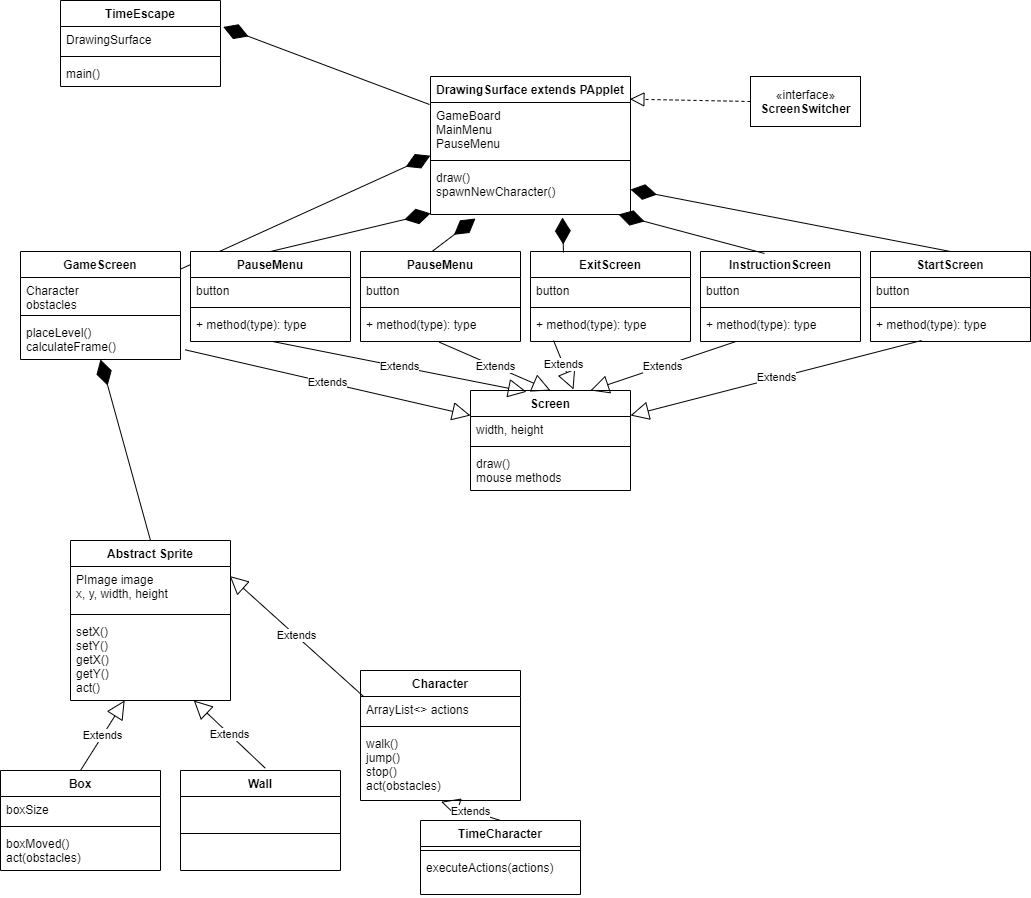
This is TimeEscape/doc/Final Capstone Project UML Diagram.png from HHSAPCompSci2020/capstone-project-timetravel, a draw.io export, as it was before one commit. Source tidied: cells renumbered, new cells last; positions are measured from the earlier drawing's top-left corner, leaving out a move shared by most shapes.
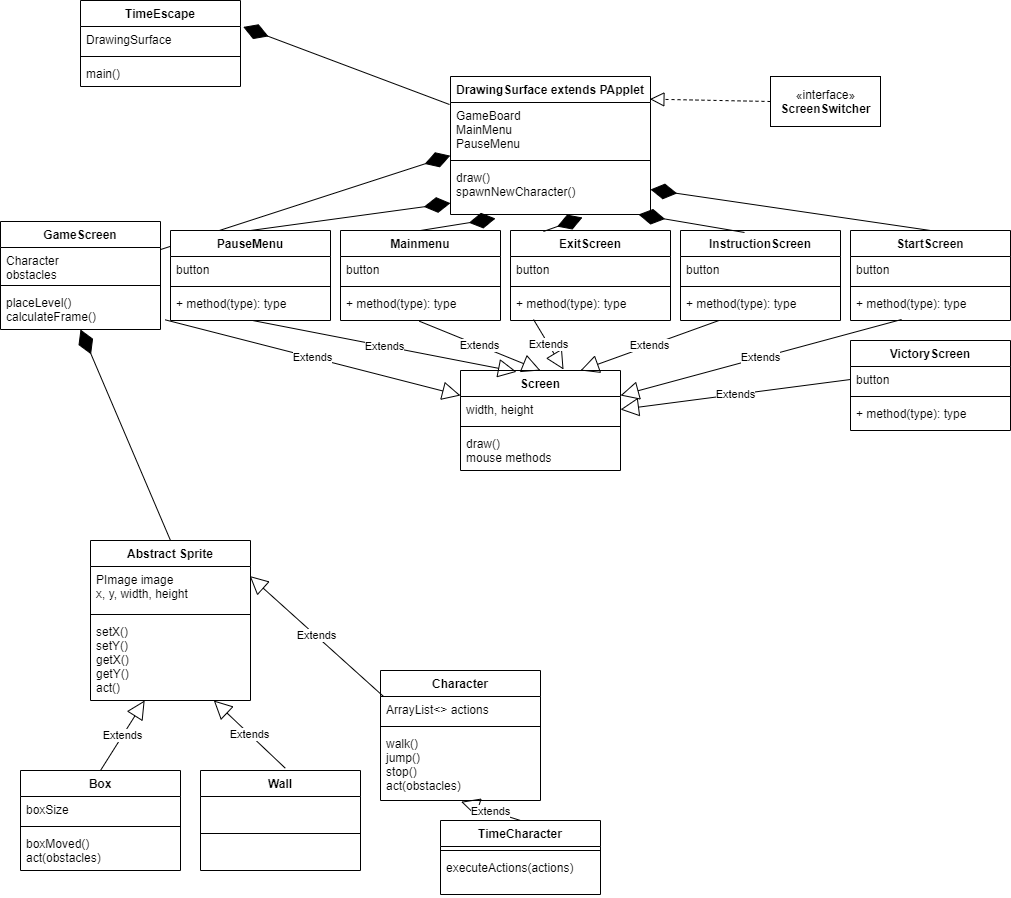
After the commit.

Change to the diagram source:
```diff
@@ -50,7 +50,7 @@
       </mxGeometry>
     </mxCell>
     <mxCell id="17" value="GameScreen" style="swimlane;fontStyle=1;align=center;verticalAlign=top;horizontal=1;startSize=26;" parent="1" vertex="1">
-      <mxGeometry x="20" y="251" width="160" height="108" as="geometry" />
+      <mxGeometry x="-20" y="221" width="160" height="108" as="geometry" />
     </mxCell>
     <mxCell id="18" value="Character&#10;obstacles" style="text;strokeColor=none;fillColor=none;align=left;verticalAlign=top;spacingLeft=4;spacingRight=4;overflow=hidden;" parent="17" vertex="1">
       <mxGeometry y="26" width="160" height="34" as="geometry" />
@@ -119,7 +119,7 @@
       <mxGeometry y="60" width="160" height="40" as="geometry" />
     </mxCell>
     <mxCell id="40" value="Screen" style="swimlane;fontStyle=1;align=center;verticalAlign=top;horizontal=1;startSize=26;" parent="1" vertex="1">
-      <mxGeometry x="470" y="390" width="160" height="100" as="geometry" />
+      <mxGeometry x="440" y="370" width="160" height="100" as="geometry" />
     </mxCell>
     <mxCell id="41" value="width, height" style="text;strokeColor=none;fillColor=none;align=left;verticalAlign=top;spacingLeft=4;spacingRight=4;overflow=hidden;points=[[0,0.5],[1,0.5]];portConstraint=eastwest;" parent="40" vertex="1">
       <mxGeometry y="26" width="160" height="26" as="geometry" />
@@ -145,8 +145,8 @@
     <mxCell id="48" value="Extends" style="endArrow=block;endSize=16;endFill=0;html=1;exitX=1.029;exitY=0.758;exitDx=0;exitDy=0;entryX=0;entryY=0.25;entryDx=0;entryDy=0;exitPerimeter=0;" parent="1" edge="1" source="20" target="40">
       <mxGeometry relative="1" as="geometry" />
     </mxCell>
-    <mxCell id="49" value="PauseMenu" style="swimlane;fontStyle=1;align=center;verticalAlign=top;horizontal=1;startSize=26;" parent="1" vertex="1">
-      <mxGeometry x="360" y="251" width="160" height="90" as="geometry" />
+    <mxCell id="49" value="Mainmenu" style="swimlane;fontStyle=1;align=center;verticalAlign=top;horizontal=1;startSize=26;" parent="1" vertex="1">
+      <mxGeometry x="320" y="230" width="160" height="90" as="geometry" />
     </mxCell>
     <mxCell id="50" value="button" style="text;strokeColor=none;fillColor=none;align=left;verticalAlign=top;spacingLeft=4;spacingRight=4;overflow=hidden;" parent="49" vertex="1">
       <mxGeometry y="26" width="160" height="26" as="geometry" />
@@ -158,7 +158,7 @@
       <mxGeometry y="60" width="160" height="30" as="geometry" />
     </mxCell>
     <mxCell id="53" value="PauseMenu" style="swimlane;fontStyle=1;align=center;verticalAlign=top;horizontal=1;startSize=26;" parent="1" vertex="1">
-      <mxGeometry x="190" y="251" width="160" height="90" as="geometry" />
+      <mxGeometry x="150" y="230" width="160" height="90" as="geometry" />
     </mxCell>
     <mxCell id="54" value="button" style="text;strokeColor=none;fillColor=none;align=left;verticalAlign=top;spacingLeft=4;spacingRight=4;overflow=hidden;" parent="53" vertex="1">
       <mxGeometry y="26" width="160" height="26" as="geometry" />
@@ -170,7 +170,7 @@
       <mxGeometry y="60" width="160" height="30" as="geometry" />
     </mxCell>
     <mxCell id="57" value="ExitScreen" style="swimlane;fontStyle=1;align=center;verticalAlign=top;horizontal=1;startSize=26;" parent="1" vertex="1">
-      <mxGeometry x="530" y="251" width="160" height="90" as="geometry" />
+      <mxGeometry x="490" y="230" width="160" height="90" as="geometry" />
     </mxCell>
     <mxCell id="58" value="button" style="text;strokeColor=none;fillColor=none;align=left;verticalAlign=top;spacingLeft=4;spacingRight=4;overflow=hidden;" parent="57" vertex="1">
       <mxGeometry y="26" width="160" height="26" as="geometry" />
@@ -190,7 +190,7 @@
       </mxGeometry>
     </mxCell>
     <mxCell id="63" value="InstructionScreen" style="swimlane;fontStyle=1;align=center;verticalAlign=top;horizontal=1;startSize=26;" parent="1" vertex="1">
-      <mxGeometry x="700" y="251" width="160" height="90" as="geometry" />
+      <mxGeometry x="660" y="230" width="160" height="90" as="geometry" />
     </mxCell>
     <mxCell id="64" value="button" style="text;strokeColor=none;fillColor=none;align=left;verticalAlign=top;spacingLeft=4;spacingRight=4;overflow=hidden;" parent="63" vertex="1">
       <mxGeometry y="26" width="160" height="26" as="geometry" />
@@ -202,7 +202,7 @@
       <mxGeometry y="60" width="160" height="30" as="geometry" />
     </mxCell>
     <mxCell id="67" value="StartScreen" style="swimlane;fontStyle=1;align=center;verticalAlign=top;horizontal=1;startSize=26;" parent="1" vertex="1">
-      <mxGeometry x="870" y="251" width="160" height="90" as="geometry" />
+      <mxGeometry x="830" y="230" width="160" height="90" as="geometry" />
     </mxCell>
     <mxCell id="68" value="button" style="text;strokeColor=none;fillColor=none;align=left;verticalAlign=top;spacingLeft=4;spacingRight=4;overflow=hidden;" parent="67" vertex="1">
       <mxGeometry y="26" width="160" height="26" as="geometry" />
@@ -229,5 +229,20 @@
         <mxPoint x="1" as="offset" />
       </mxGeometry>
     </mxCell>
+    <mxCell id="75" value="VictoryScreen" style="swimlane;fontStyle=1;align=center;verticalAlign=top;horizontal=1;startSize=26;" parent="1" vertex="1">
+      <mxGeometry x="830" y="340" width="160" height="90" as="geometry" />
+    </mxCell>
+    <mxCell id="76" value="button" style="text;strokeColor=none;fillColor=none;align=left;verticalAlign=top;spacingLeft=4;spacingRight=4;overflow=hidden;points=[[0,0.5],[1,0.5]];portConstraint=eastwest;" parent="75" vertex="1">
+      <mxGeometry y="26" width="160" height="26" as="geometry" />
+    </mxCell>
+    <mxCell id="77" style="line;strokeWidth=1;fillColor=none;align=left;verticalAlign=middle;spacingTop=-1;spacingLeft=3;spacingRight=3;labelPosition=right;" parent="75" vertex="1">
+      <mxGeometry y="52" width="160" height="8" as="geometry" />
+    </mxCell>
+    <mxCell id="78" value="+ method(type): type" style="text;strokeColor=none;fillColor=none;align=left;verticalAlign=top;spacingLeft=4;spacingRight=4;overflow=hidden;" parent="75" vertex="1">
+      <mxGeometry y="60" width="160" height="30" as="geometry" />
+    </mxCell>
+    <mxCell id="79" value="Extends" style="endArrow=block;endSize=16;endFill=0;html=1;entryX=1;entryY=0.5;entryDx=0;entryDy=0;startArrow=none;exitX=0;exitY=0.5;exitDx=0;exitDy=0;" parent="1" edge="1" source="76" target="41">
+      <mxGeometry relative="1" as="geometry" />
+    </mxCell>
   </root>
 </mxGraphModel>
```
